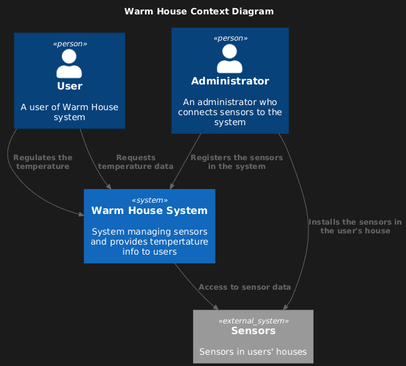
The PlantUML diagram schemas/context/context.png in kuznechek/architecture-pro-warmhouse, before a commit.
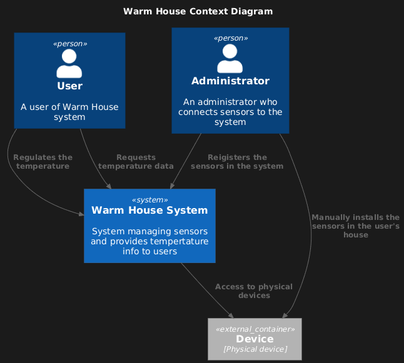
After the commit.

Diff of the diagram source:
```diff
@@ -9,11 +9,11 @@
 Person(admin, "Administrator", "An administrator who connects sensors to the system")
 
 System(WarmHouseSystem, "Warm House System", "System managing sensors and provides tempertature info to users")
-System_Ext(sensors, "Sensors", "Sensors in users' houses")
+Container_Ext(Device, "Device", "Physical device")
 
 Rel(user, WarmHouseSystem, "Regulates the temperature")
 Rel(user, WarmHouseSystem, "Requests temperature data")
-Rel(admin, WarmHouseSystem,"Registers the sensors in the system")
-Rel(admin, sensors,"Installs the sensors in the user's house")
-Rel(WarmHouseSystem, sensors,"Access to sensor data")
+Rel(admin, WarmHouseSystem,"Reigisters the sensors in the system")
+Rel(admin, Device,"Manually installs the sensors in the user's house")
+Rel(WarmHouseSystem, Device,"Access to physical devices")
 @enduml
```
